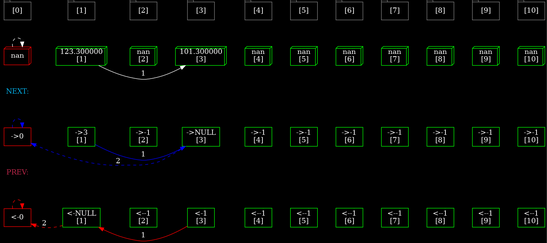
The Graphviz diagram test4.png in KirillTFK/List, before a commit. Its source is kept beside it as test4.dot. Its diagram source:
```dot
digraph
{
	bgcolor="#000000";
	rankdir = LR;
	edge [style = "invis"];
	node [fontcolor = white, shape = tab, color = "#818181"];

	"[0]"->"[1]"->"[2]"->"[3]"->"[4]"->"[5]"->"[6]"->"[7]"->"[8]"->"[9]"->"[10]"->"[9]"[weight = 400];

	node [shape = "box3d", color = green];
	"[0]"->"nan";
	"nan" [color = red];
	"nan"->"123.300000
[1]"->"nan
[2]"->"101.300000
[3]"->"nan
[4]"->"nan
[5]"->"nan
[6]"->"nan
[7]"->"nan
[8]"->"nan
[9]"->"nan
[10]"->"nan
[10]"[weight = 400]

	{rank = same; "nan"; "[0]"}
	{rank = same; "123.300000
[1]"; "[1]"}
	{rank = same; "nan
[2]"; "[2]"}
	{rank = same; "101.300000
[3]"; "[3]"}
	{rank = same; "nan
[4]"; "[4]"}
	{rank = same; "nan
[5]"; "[5]"}
	{rank = same; "nan
[6]"; "[6]"}
	{rank = same; "nan
[7]"; "[7]"}
	{rank = same; "nan
[8]"; "[8]"}
	{rank = same; "nan
[9]"; "[9]"}
	{rank = same; "nan
[10]"; "[10]"}

	"nan"->"nan" [style = "dashed", color = white]
	"123.300000
[1]"->"101.300000
[3]" [style = "", color = white, fontcolor = white, label = "1"]

	"NEXT:" [shape=none, fontcolor = "#03afe8"];
	"nan"->"NEXT:";
	node [shape = "polygon"];
	"NEXT:"->"->0";
	"->0"[color = red];
	"->0"->"->3
[1]"->"->-1
[2]"->"->NULL
[3]"->"->-1
[4]"->"->-1
[5]"->"->-1
[6]"->"->-1
[7]"->"->-1
[8]"->"->-1
[9]"->"->-1
[10]"->"->-1
[10]"[weight = 400]

	{rank = same; "NEXT:"; "[0]"}
	{rank = same; "->0"; "[0]"}
	{rank = same; "->3
[1]"; "[1]"}
	{rank = same; "->-1
[2]"; "[2]"}
	{rank = same; "->NULL
[3]"; "[3]"}
	{rank = same; "->-1
[4]"; "[4]"}
	{rank = same; "->-1
[5]"; "[5]"}
	{rank = same; "->-1
[6]"; "[6]"}
	{rank = same; "->-1
[7]"; "[7]"}
	{rank = same; "->-1
[8]"; "[8]"}
	{rank = same; "->-1
[9]"; "[9]"}
	{rank = same; "->-1
[10]"; "[10]"}

	"->0"->"->0" [style = "dashed", color = blue]
	"->3
[1]"->"->NULL
[3]" [style = "", color = blue, fontcolor = white, label = "1"]
	"->NULL
[3]"->"->0" [style = "dashed", color = blue, fontcolor = white, label = "2"]

	"PREV:"[shape=none, fontcolor = "#bb2649"];
	"->0"->"PREV:";
	node [shape = "polygon"];
	"PREV:"->"<-0";
	"<-0"[color=red];
	"<-0"->"<-NULL
[1]"->"<--1
[2]"->"<-1
[3]"->"<--1
[4]"->"<--1
[5]"->"<--1
[6]"->"<--1
[7]"->"<--1
[8]"->"<--1
[9]"->"<--1
[10]"->"<--1
[10]"[weight = 400]

	{rank = same; "PREV:"; "[0]"}
	{rank = same; "<-0"; "[0]"}
	{rank = same; "<-NULL
[1]"; "[1]"}
	{rank = same; "<--1
[2]"; "[2]"}
	{rank = same; "<-1
[3]"; "[3]"}
	{rank = same; "<--1
[4]"; "[4]"}
	{rank = same; "<--1
[5]"; "[5]"}
	{rank = same; "<--1
[6]"; "[6]"}
	{rank = same; "<--1
[7]"; "[7]"}
	{rank = same; "<--1
[8]"; "[8]"}
	{rank = same; "<--1
[9]"; "[9]"}
	{rank = same; "<--1
[10]"; "[10]"}

	"<-0"->"<-0" [style = "dashed", color = red]
	"<-NULL
[1]"->"<-0" [style = "dashed", color = red, fontcolor = white, label = "2"]
	"<-1
[3]"->"<-NULL
[1]" [style = "", color = red, fontcolor = white, label = "1"]

	}
```
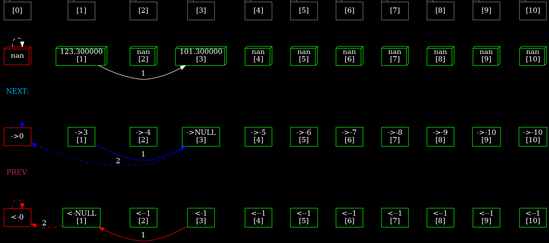
After the change.

The edit, as a diff of the source:
```diff
@@ -56,39 +56,39 @@
 	"NEXT:"->"->0";
 	"->0"[color = red];
 	"->0"->"->3
-[1]"->"->-1
+[1]"->"->-4
 [2]"->"->NULL
-[3]"->"->-1
-[4]"->"->-1
-[5]"->"->-1
-[6]"->"->-1
-[7]"->"->-1
-[8]"->"->-1
-[9]"->"->-1
-[10]"->"->-1
+[3]"->"->-5
+[4]"->"->-6
+[5]"->"->-7
+[6]"->"->-8
+[7]"->"->-9
+[8]"->"->-10
+[9]"->"->-10
+[10]"->"->-10
 [10]"[weight = 400]
 
 	{rank = same; "NEXT:"; "[0]"}
 	{rank = same; "->0"; "[0]"}
 	{rank = same; "->3
 [1]"; "[1]"}
-	{rank = same; "->-1
+	{rank = same; "->-4
 [2]"; "[2]"}
 	{rank = same; "->NULL
 [3]"; "[3]"}
-	{rank = same; "->-1
+	{rank = same; "->-5
 [4]"; "[4]"}
-	{rank = same; "->-1
+	{rank = same; "->-6
 [5]"; "[5]"}
-	{rank = same; "->-1
+	{rank = same; "->-7
 [6]"; "[6]"}
-	{rank = same; "->-1
+	{rank = same; "->-8
 [7]"; "[7]"}
-	{rank = same; "->-1
+	{rank = same; "->-9
 [8]"; "[8]"}
-	{rank = same; "->-1
+	{rank = same; "->-10
 [9]"; "[9]"}
-	{rank = same; "->-1
+	{rank = same; "->-10
 [10]"; "[10]"}
 
 	"->0"->"->0" [style = "dashed", color = blue]
```
